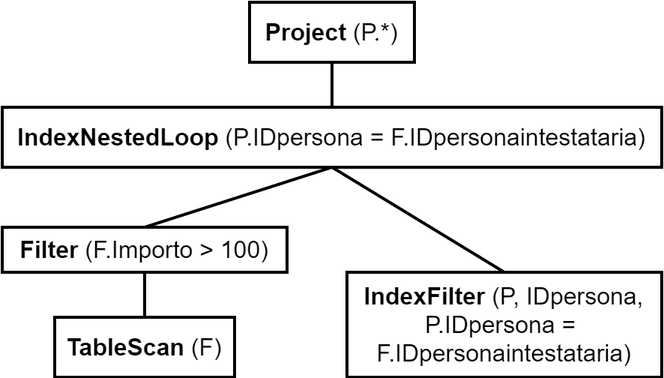
Above: Piani di accesso/Albero fisico indici 1.png in alessandro-antonelli/Studio-professionale-fatture (draw.io), before the change. Source tidied: cells renumbered, new cells last; positions are measured from the earlier drawing's top-left corner, leaving out a move shared by most shapes. The source it was exported from:
```xml
<mxGraphModel>
  <root>
    <mxCell id="0" />
    <mxCell id="1" parent="0" />
    <mxCell id="2" value="&lt;font style=&quot;font-size: 16px&quot;&gt;&lt;b&gt;Project&lt;/b&gt; (P.*)&lt;/font&gt;" style="text;html=1;fillColor=none;align=center;verticalAlign=middle;whiteSpace=wrap;rounded=0;strokeColor=#000000;strokeWidth=2;" parent="1" vertex="1">
      <mxGeometry x="165" width="110" height="40" as="geometry" />
    </mxCell>
    <mxCell id="3" style="endArrow=none;html=1;strokeWidth=2;exitX=0.5;exitY=1;exitDx=0;exitDy=0;entryX=0.5;entryY=0;entryDx=0;entryDy=0;" parent="1" edge="1" source="5" target="6">
      <mxGeometry relative="1" as="geometry" />
    </mxCell>
    <mxCell id="4" value="&lt;font style=&quot;font-size: 16px&quot;&gt;&lt;b&gt;TableScan&lt;/b&gt; (F)&lt;/font&gt;" style="text;html=1;fillColor=none;align=center;verticalAlign=middle;whiteSpace=wrap;rounded=0;strokeColor=#000000;strokeWidth=2;" parent="1" vertex="1">
      <mxGeometry x="35" y="210" width="120" height="40" as="geometry" />
    </mxCell>
    <mxCell id="5" value="&lt;b style=&quot;font-size: 16px ; text-align: left&quot;&gt;IndexNestedLoop&lt;/b&gt;&lt;span style=&quot;font-size: 16px ; text-align: left&quot;&gt;&amp;nbsp;(&lt;/span&gt;&lt;span style=&quot;font-size: 16px ; text-align: left&quot;&gt;P.IDpersona =&amp;nbsp;&lt;/span&gt;&lt;span style=&quot;font-size: 16px ; text-align: left&quot;&gt;F.IDpersonaintestataria)&lt;/span&gt;&lt;span style=&quot;text-align: left ; font-size: 16px&quot;&gt;&lt;br&gt;&lt;/span&gt;" style="text;html=1;fillColor=none;align=center;verticalAlign=middle;whiteSpace=wrap;rounded=0;strokeColor=#000000;strokeWidth=2;" parent="1" vertex="1">
      <mxGeometry y="70" width="440" height="40" as="geometry" />
    </mxCell>
    <mxCell id="6" value="&lt;font style=&quot;font-size: 16px&quot;&gt;&lt;b&gt;IndexFilter&lt;/b&gt;&amp;nbsp;(P,&amp;nbsp;&lt;span style=&quot;text-align: left&quot;&gt;IDpersona&lt;/span&gt;,&lt;br&gt;&lt;/font&gt;&lt;div style=&quot;font-size: 16px&quot;&gt;&lt;span style=&quot;text-align: left&quot;&gt;&lt;font style=&quot;font-size: 16px&quot;&gt;P.IDpersona =&amp;nbsp;&lt;/font&gt;&lt;/span&gt;&lt;/div&gt;&lt;font style=&quot;font-size: 16px&quot;&gt;&lt;span style=&quot;text-align: left&quot;&gt;F.IDpersonaintestataria&lt;/span&gt;)&lt;/font&gt;" style="text;html=1;fillColor=none;align=center;verticalAlign=middle;whiteSpace=wrap;rounded=0;strokeColor=#000000;strokeWidth=2;" parent="1" vertex="1">
      <mxGeometry x="230" y="180" width="210" height="70" as="geometry" />
    </mxCell>
    <mxCell id="7" style="endArrow=none;html=1;strokeWidth=2;exitX=0.5;exitY=1;exitDx=0;exitDy=0;entryX=0.5;entryY=0;entryDx=0;entryDy=0;" parent="1" edge="1" source="5" target="9">
      <mxGeometry relative="1" as="geometry" />
    </mxCell>
    <mxCell id="8" style="endArrow=none;html=1;strokeWidth=2;exitX=0.5;exitY=1;exitDx=0;exitDy=0;entryX=0.5;entryY=0;entryDx=0;entryDy=0;" parent="1" edge="1" source="2" target="5">
      <mxGeometry relative="1" as="geometry" />
    </mxCell>
    <mxCell id="9" value="&lt;font style=&quot;font-size: 16px&quot;&gt;&lt;b&gt;Filter&amp;nbsp;&lt;/b&gt;(F.Importo &amp;gt; 100)&lt;/font&gt;" style="text;html=1;fillColor=none;align=center;verticalAlign=middle;whiteSpace=wrap;rounded=0;strokeColor=#000000;strokeWidth=2;" parent="1" vertex="1">
      <mxGeometry y="150" width="190" height="30" as="geometry" />
    </mxCell>
    <mxCell id="10" style="endArrow=none;html=1;strokeWidth=2;entryX=0.5;entryY=0;entryDx=0;entryDy=0;exitX=0.5;exitY=1;exitDx=0;exitDy=0;" parent="1" edge="1" source="9" target="4">
      <mxGeometry relative="1" as="geometry" />
    </mxCell>
  </root>
</mxGraphModel>
```
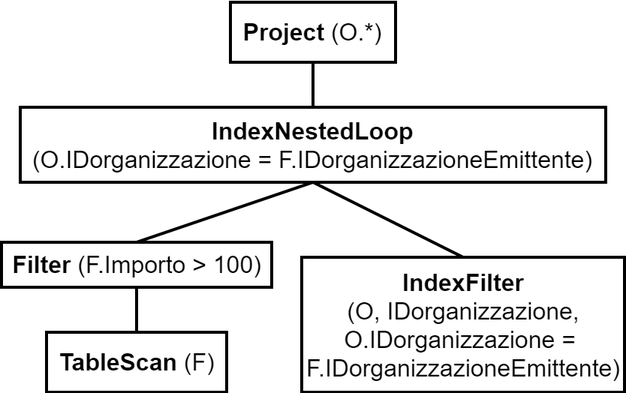
After the commit.

The edit, as a diff of the source:
```diff
@@ -2,20 +2,20 @@
   <root>
     <mxCell id="0" />
     <mxCell id="1" parent="0" />
-    <mxCell id="2" value="&lt;font style=&quot;font-size: 16px&quot;&gt;&lt;b&gt;Project&lt;/b&gt; (P.*)&lt;/font&gt;" style="text;html=1;fillColor=none;align=center;verticalAlign=middle;whiteSpace=wrap;rounded=0;strokeColor=#000000;strokeWidth=2;" parent="1" vertex="1">
-      <mxGeometry x="165" width="110" height="40" as="geometry" />
+    <mxCell id="2" value="&lt;font style=&quot;font-size: 16px&quot;&gt;&lt;b&gt;Project&lt;/b&gt; (O.*)&lt;/font&gt;" style="text;html=1;fillColor=none;align=center;verticalAlign=middle;whiteSpace=wrap;rounded=0;strokeColor=#000000;strokeWidth=2;" parent="1" vertex="1">
+      <mxGeometry x="165" y="-10" width="110" height="40" as="geometry" />
     </mxCell>
     <mxCell id="3" style="endArrow=none;html=1;strokeWidth=2;exitX=0.5;exitY=1;exitDx=0;exitDy=0;entryX=0.5;entryY=0;entryDx=0;entryDy=0;" parent="1" edge="1" source="5" target="6">
       <mxGeometry relative="1" as="geometry" />
     </mxCell>
     <mxCell id="4" value="&lt;font style=&quot;font-size: 16px&quot;&gt;&lt;b&gt;TableScan&lt;/b&gt; (F)&lt;/font&gt;" style="text;html=1;fillColor=none;align=center;verticalAlign=middle;whiteSpace=wrap;rounded=0;strokeColor=#000000;strokeWidth=2;" parent="1" vertex="1">
-      <mxGeometry x="35" y="210" width="120" height="40" as="geometry" />
+      <mxGeometry x="42.5" y="210" width="120" height="40" as="geometry" />
     </mxCell>
-    <mxCell id="5" value="&lt;b style=&quot;font-size: 16px ; text-align: left&quot;&gt;IndexNestedLoop&lt;/b&gt;&lt;span style=&quot;font-size: 16px ; text-align: left&quot;&gt;&amp;nbsp;(&lt;/span&gt;&lt;span style=&quot;font-size: 16px ; text-align: left&quot;&gt;P.IDpersona =&amp;nbsp;&lt;/span&gt;&lt;span style=&quot;font-size: 16px ; text-align: left&quot;&gt;F.IDpersonaintestataria)&lt;/span&gt;&lt;span style=&quot;text-align: left ; font-size: 16px&quot;&gt;&lt;br&gt;&lt;/span&gt;" style="text;html=1;fillColor=none;align=center;verticalAlign=middle;whiteSpace=wrap;rounded=0;strokeColor=#000000;strokeWidth=2;" parent="1" vertex="1">
-      <mxGeometry y="70" width="440" height="40" as="geometry" />
+    <mxCell id="5" value="&lt;b style=&quot;font-size: 16px ; text-align: left&quot;&gt;IndexNestedLoop&lt;br&gt;&lt;/b&gt;&lt;span style=&quot;font-size: 16px ; text-align: left&quot;&gt;(&lt;/span&gt;&lt;span style=&quot;font-size: 16px ; text-align: left&quot;&gt;O.IDorganizzazione =&amp;nbsp;&lt;/span&gt;&lt;span style=&quot;font-size: 16px ; text-align: left&quot;&gt;F.IDorganizzazioneEmittente)&lt;/span&gt;&lt;span style=&quot;text-align: left ; font-size: 16px&quot;&gt;&lt;br&gt;&lt;/span&gt;" style="text;html=1;fillColor=none;align=center;verticalAlign=middle;whiteSpace=wrap;rounded=0;strokeColor=#000000;strokeWidth=2;" parent="1" vertex="1">
+      <mxGeometry x="25" y="60" width="390" height="50" as="geometry" />
     </mxCell>
-    <mxCell id="6" value="&lt;font style=&quot;font-size: 16px&quot;&gt;&lt;b&gt;IndexFilter&lt;/b&gt;&amp;nbsp;(P,&amp;nbsp;&lt;span style=&quot;text-align: left&quot;&gt;IDpersona&lt;/span&gt;,&lt;br&gt;&lt;/font&gt;&lt;div style=&quot;font-size: 16px&quot;&gt;&lt;span style=&quot;text-align: left&quot;&gt;&lt;font style=&quot;font-size: 16px&quot;&gt;P.IDpersona =&amp;nbsp;&lt;/font&gt;&lt;/span&gt;&lt;/div&gt;&lt;font style=&quot;font-size: 16px&quot;&gt;&lt;span style=&quot;text-align: left&quot;&gt;F.IDpersonaintestataria&lt;/span&gt;)&lt;/font&gt;" style="text;html=1;fillColor=none;align=center;verticalAlign=middle;whiteSpace=wrap;rounded=0;strokeColor=#000000;strokeWidth=2;" parent="1" vertex="1">
-      <mxGeometry x="230" y="180" width="210" height="70" as="geometry" />
+    <mxCell id="6" value="&lt;font style=&quot;font-size: 16px&quot;&gt;&lt;b&gt;IndexFilter&lt;br&gt;&lt;/b&gt;(O,&amp;nbsp;&lt;span style=&quot;text-align: left&quot;&gt;IDorganizzazione&lt;/span&gt;,&lt;br&gt;&lt;/font&gt;&lt;div style=&quot;font-size: 16px&quot;&gt;&lt;span style=&quot;text-align: left&quot;&gt;&lt;font style=&quot;font-size: 16px&quot;&gt;O.IDorganizzazione =&amp;nbsp;&lt;/font&gt;&lt;/span&gt;&lt;/div&gt;&lt;font style=&quot;font-size: 16px&quot;&gt;&lt;span style=&quot;text-align: left&quot;&gt;F.IDorganizzazioneEmittente&lt;/span&gt;)&lt;/font&gt;" style="text;html=1;fillColor=none;align=center;verticalAlign=middle;whiteSpace=wrap;rounded=0;strokeColor=#000000;strokeWidth=2;" parent="1" vertex="1">
+      <mxGeometry x="212.5" y="160" width="215" height="90" as="geometry" />
     </mxCell>
     <mxCell id="7" style="endArrow=none;html=1;strokeWidth=2;exitX=0.5;exitY=1;exitDx=0;exitDy=0;entryX=0.5;entryY=0;entryDx=0;entryDy=0;" parent="1" edge="1" source="5" target="9">
       <mxGeometry relative="1" as="geometry" />
@@ -24,7 +24,7 @@
       <mxGeometry relative="1" as="geometry" />
     </mxCell>
     <mxCell id="9" value="&lt;font style=&quot;font-size: 16px&quot;&gt;&lt;b&gt;Filter&amp;nbsp;&lt;/b&gt;(F.Importo &amp;gt; 100)&lt;/font&gt;" style="text;html=1;fillColor=none;align=center;verticalAlign=middle;whiteSpace=wrap;rounded=0;strokeColor=#000000;strokeWidth=2;" parent="1" vertex="1">
-      <mxGeometry y="150" width="190" height="30" as="geometry" />
+      <mxGeometry x="12.5" y="150" width="180" height="30" as="geometry" />
     </mxCell>
     <mxCell id="10" style="endArrow=none;html=1;strokeWidth=2;entryX=0.5;entryY=0;entryDx=0;entryDy=0;exitX=0.5;exitY=1;exitDx=0;exitDy=0;" parent="1" edge="1" source="9" target="4">
       <mxGeometry relative="1" as="geometry" />
```
